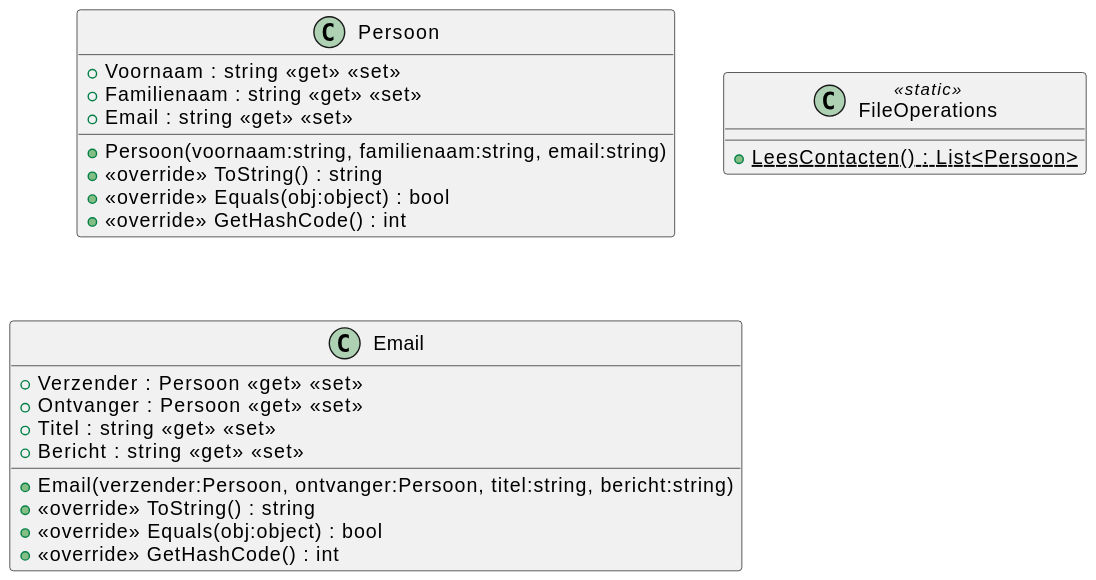
Earlier version of the PlantUML export 09/09_02/svg/Overview.svg (it-graduaten/template-csharp-ooprogramming-permanente-evaluatie).
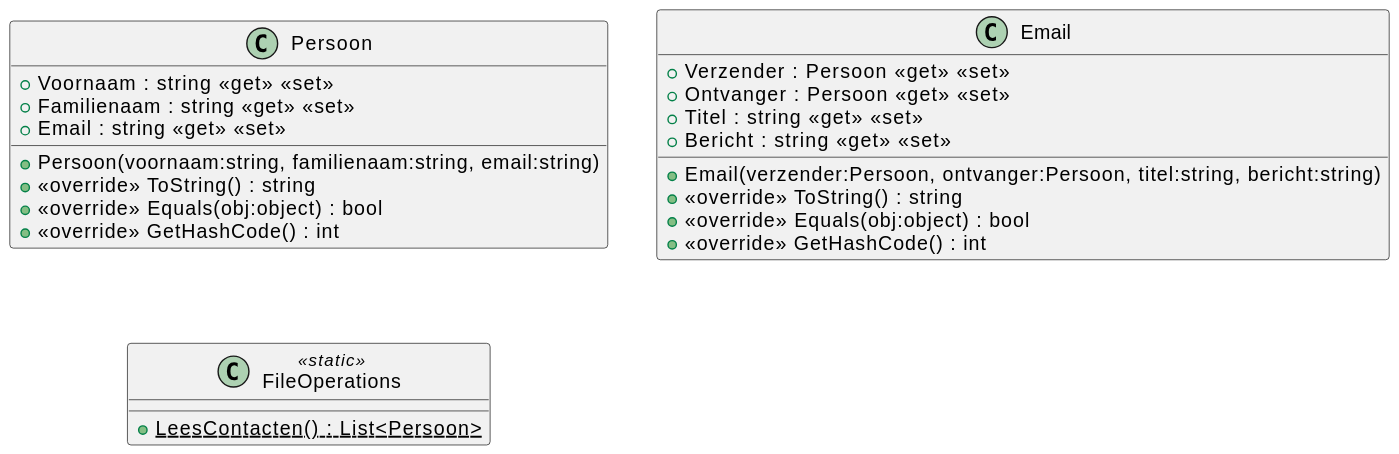
The same diagram one commit later.

Change to the diagram source:
```diff
@@ -1,5 +1,5 @@
 @startuml
 !include Persoon.puml
+!include Email.puml
 !include FileOperations.puml
-!include Email.puml
 @enduml
```
